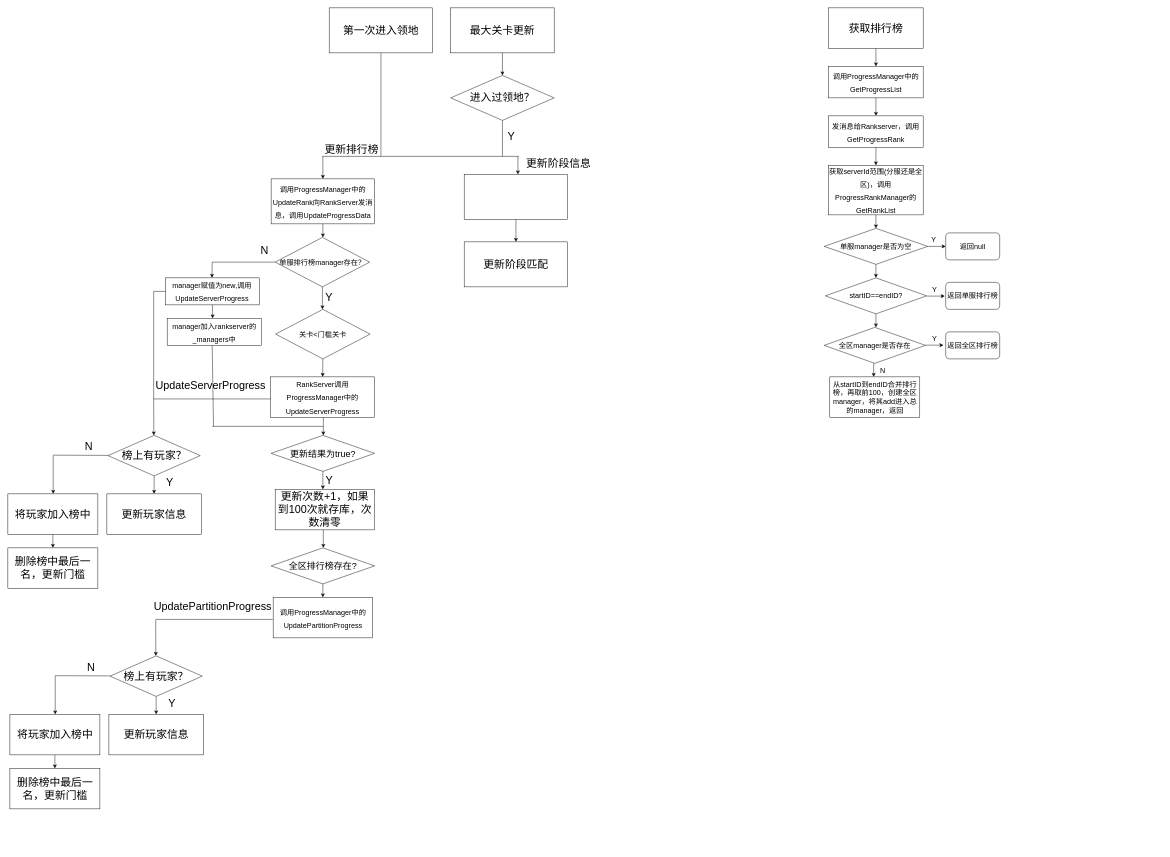
Above: rank消息交互流程.drawio in Eacie/draw (draw.io), before the change. Source tidied: cells renumbered, new cells numbered last; positions are measured from the earlier drawing's top-left corner, leaving out a move shared by most shapes. Both pictures are drawn from the tidied source at 45%, with x=0, y=0 at pixel (8, 8).
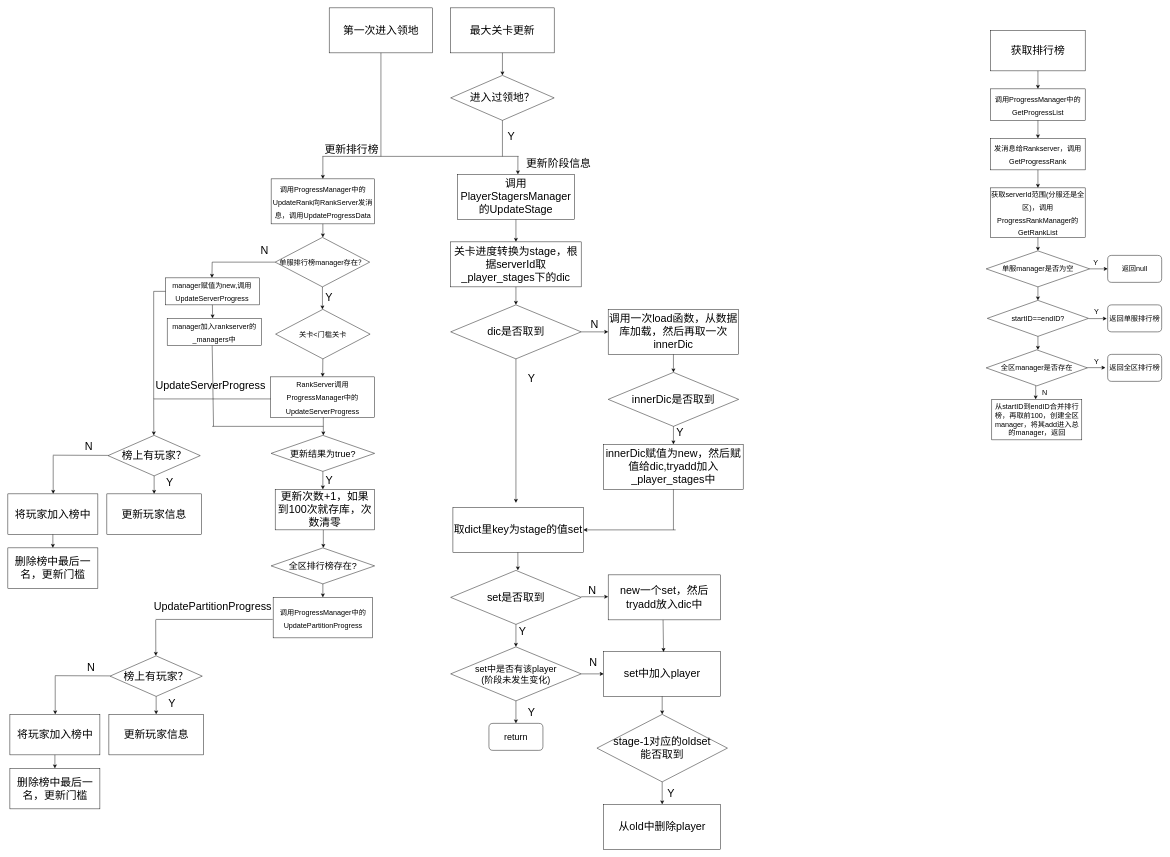
The same diagram, later.

Commit message (it also covers changes not shown here):
更新rank消息交互流程.drawio

Diff of the diagram source:
```diff
@@
-    <mxCell id="11" style="rounded=0;whiteSpace=wrap;html=1;strokeColor=default;fontFamily=Helvetica;fontSize=24;fontColor=default;fillColor=default;" parent="1" vertex="1">
-      <mxGeometry x="1014" y="370" width="230" height="100" as="geometry" />
+    <mxCell id="11" value="调用PlayerStagersManager的UpdateStage" style="rounded=0;whiteSpace=wrap;html=1;strokeColor=default;fontFamily=Helvetica;fontSize=24;fontColor=default;fillColor=default;" parent="1" vertex="1">
+      <mxGeometry x="999" y="370" width="260" height="100" as="geometry" />
     </mxCell>
@@
-    <mxCell id="16" value="更新阶段匹配" style="rounded=0;whiteSpace=wrap;html=1;strokeColor=default;fontFamily=Helvetica;fontSize=24;fontColor=default;fillColor=default;" parent="1" vertex="1">
-      <mxGeometry x="1014" y="520" width="230" height="100" as="geometry" />
+    <mxCell id="16" value="关卡进度转换为stage，根据serverId取_player_stages下的dic" style="rounded=0;whiteSpace=wrap;html=1;strokeColor=default;fontFamily=Helvetica;fontSize=24;fontColor=default;fillColor=default;" parent="1" vertex="1">
+      <mxGeometry x="984" y="520" width="290" height="100" as="geometry" />
     </mxCell>
@@
     <mxCell id="70" value="获取排行榜" style="rounded=0;whiteSpace=wrap;html=1;strokeColor=default;fontFamily=Helvetica;fontSize=24;fontColor=default;fillColor=default;" parent="1" vertex="1">
-      <mxGeometry x="1824" width="210" height="90" as="geometry" />
+      <mxGeometry x="2184" y="50" width="210" height="90" as="geometry" />
     </mxCell>
     <mxCell id="71" style="endArrow=classic;html=1;rounded=0;fontFamily=Helvetica;fontSize=24;fontColor=default;exitX=0.5;exitY=1;exitDx=0;exitDy=0;" parent="1" edge="1" source="70">
       <mxGeometry relative="1" as="geometry">
-        <mxPoint x="1929" y="130" as="targetPoint" />
+        <mxPoint x="2289" y="180" as="targetPoint" />
       </mxGeometry>
     </mxCell>
     <mxCell id="72" value="&lt;font style=&quot;font-size: 16px;&quot;&gt;调用ProgressManager中的GetProgressList&lt;/font&gt;" style="rounded=0;whiteSpace=wrap;html=1;strokeColor=default;fontFamily=Helvetica;fontSize=24;fontColor=default;fillColor=default;" parent="1" vertex="1">
-      <mxGeometry x="1824" y="130" width="210" height="70" as="geometry" />
+      <mxGeometry x="2184" y="180" width="210" height="70" as="geometry" />
     </mxCell>
     <mxCell id="73" style="endArrow=classic;html=1;rounded=0;fontFamily=Helvetica;fontSize=24;fontColor=default;exitX=0.5;exitY=1;exitDx=0;exitDy=0;" parent="1" edge="1">
       <mxGeometry relative="1" as="geometry">
-        <mxPoint x="1929" y="200" as="sourcePoint" />
-        <mxPoint x="1929" y="240" as="targetPoint" />
+        <mxPoint x="2289" y="250" as="sourcePoint" />
+        <mxPoint x="2289" y="290" as="targetPoint" />
       </mxGeometry>
     </mxCell>
     <mxCell id="74" value="&lt;font style=&quot;font-size: 16px;&quot;&gt;发消息给Rankserver，调用GetProgressRank&lt;/font&gt;" style="rounded=0;whiteSpace=wrap;html=1;strokeColor=default;fontFamily=Helvetica;fontSize=24;fontColor=default;fillColor=default;" parent="1" vertex="1">
-      <mxGeometry x="1824" y="240" width="210" height="70" as="geometry" />
+      <mxGeometry x="2184" y="290" width="210" height="70" as="geometry" />
     </mxCell>
     <mxCell id="75" style="endArrow=classic;html=1;rounded=0;fontFamily=Helvetica;fontSize=24;fontColor=default;exitX=0.5;exitY=1;exitDx=0;exitDy=0;" parent="1" edge="1">
       <mxGeometry relative="1" as="geometry">
-        <mxPoint x="1929" y="310" as="sourcePoint" />
-        <mxPoint x="1929" y="350" as="targetPoint" />
+        <mxPoint x="2289" y="360" as="sourcePoint" />
+        <mxPoint x="2289" y="400" as="targetPoint" />
       </mxGeometry>
     </mxCell>
     <mxCell id="76" value="&lt;span style=&quot;font-size: 16px;&quot;&gt;获取serverId范围(分服还是全区)，调用ProgressRankManager的GetRankList&lt;/span&gt;" style="rounded=0;whiteSpace=wrap;html=1;strokeColor=default;fontFamily=Helvetica;fontSize=24;fontColor=default;fillColor=default;" parent="1" vertex="1">
-      <mxGeometry x="1824" y="350" width="210" height="110" as="geometry" />
+      <mxGeometry x="2184" y="400" width="210" height="110" as="geometry" />
     </mxCell>
     <mxCell id="77" style="endArrow=classic;html=1;rounded=0;fontFamily=Helvetica;fontSize=24;fontColor=default;exitX=0.5;exitY=1;exitDx=0;exitDy=0;" parent="1" edge="1" source="76">
       <mxGeometry relative="1" as="geometry">
-        <mxPoint x="1929" y="490" as="targetPoint" />
+        <mxPoint x="2289" y="540" as="targetPoint" />
       </mxGeometry>
     </mxCell>
     <mxCell id="78" value="单服manager是否为空" style="rhombus;whiteSpace=wrap;html=1;rounded=0;strokeColor=default;fontFamily=Helvetica;fontSize=16;fontColor=default;fillColor=default;" parent="1" vertex="1">
-      <mxGeometry x="1814" y="490" width="230" height="80" as="geometry" />
+      <mxGeometry x="2174" y="540" width="230" height="80" as="geometry" />
     </mxCell>
     <mxCell id="79" style="endArrow=classic;html=1;rounded=0;fontFamily=Helvetica;fontSize=16;fontColor=default;" parent="1" edge="1">
       <mxGeometry relative="1" as="geometry">
-        <mxPoint x="2042" y="640.5" as="sourcePoint" />
-        <mxPoint x="2082" y="640.5" as="targetPoint" />
+        <mxPoint x="2402" y="690.5" as="sourcePoint" />
+        <mxPoint x="2442" y="690.5" as="targetPoint" />
       </mxGeometry>
     </mxCell>
     <mxCell id="80" value="返回单服排行榜" style="rounded=1;whiteSpace=wrap;html=1;strokeColor=default;fontFamily=Helvetica;fontSize=16;fontColor=default;fillColor=default;" parent="1" vertex="1">
-      <mxGeometry x="2084" y="610" width="120" height="60" as="geometry" />
+      <mxGeometry x="2444" y="660" width="120" height="60" as="geometry" />
     </mxCell>
     <mxCell id="81" value="Y" style="text;html=1;align=center;verticalAlign=middle;strokeColor=none;fillColor=none;fontSize=16;fontFamily=Helvetica;fontColor=default;" parent="1" vertex="1">
-      <mxGeometry x="2044" y="610" width="30" height="30" as="geometry" />
+      <mxGeometry x="2404" y="660" width="30" height="30" as="geometry" />
     </mxCell>
     <mxCell id="82" style="endArrow=classic;html=1;rounded=0;fontFamily=Helvetica;fontSize=16;fontColor=default;exitX=0.5;exitY=1;exitDx=0;exitDy=0;" parent="1" edge="1" source="78">
       <mxGeometry relative="1" as="geometry">
-        <mxPoint x="1929" y="600" as="targetPoint" />
+        <mxPoint x="2289" y="650" as="targetPoint" />
       </mxGeometry>
     </mxCell>
     <mxCell id="83" value="startID==endID?" style="rhombus;whiteSpace=wrap;html=1;rounded=0;strokeColor=default;fontFamily=Helvetica;fontSize=16;fontColor=default;fillColor=default;" parent="1" vertex="1">
-      <mxGeometry x="1816.5" y="600" width="225" height="80" as="geometry" />
+      <mxGeometry x="2176.5" y="650" width="225" height="80" as="geometry" />
     </mxCell>
     <mxCell id="84" value="Y" style="text;html=1;align=center;verticalAlign=middle;strokeColor=none;fillColor=none;fontSize=16;fontFamily=Helvetica;fontColor=default;" parent="1" vertex="1">
-      <mxGeometry x="2041.5" y="500" width="30" height="30" as="geometry" />
+      <mxGeometry x="2401.5" y="550" width="30" height="30" as="geometry" />
     </mxCell>
     <mxCell id="85" value="返回null" style="rounded=1;whiteSpace=wrap;html=1;strokeColor=default;fontFamily=Helvetica;fontSize=16;fontColor=default;fillColor=default;" parent="1" vertex="1">
-      <mxGeometry x="2084" y="500" width="120" height="60" as="geometry" />
+      <mxGeometry x="2444" y="550" width="120" height="60" as="geometry" />
     </mxCell>
     <mxCell id="86" style="endArrow=classic;html=1;rounded=0;fontFamily=Helvetica;fontSize=16;fontColor=default;exitX=1;exitY=0.5;exitDx=0;exitDy=0;" parent="1" edge="1" source="78">
       <mxGeometry relative="1" as="geometry">
-        <mxPoint x="2084" y="530" as="targetPoint" />
+        <mxPoint x="2444" y="580" as="targetPoint" />
       </mxGeometry>
     </mxCell>
     <mxCell id="87" style="endArrow=classic;html=1;rounded=0;fontFamily=Helvetica;fontSize=16;fontColor=default;exitX=0.5;exitY=1;exitDx=0;exitDy=0;" parent="1" edge="1" source="83">
       <mxGeometry relative="1" as="geometry">
-        <mxPoint x="1929" y="710" as="targetPoint" />
+        <mxPoint x="2289" y="760" as="targetPoint" />
       </mxGeometry>
     </mxCell>
     <mxCell id="88" value="全区manager是否存在" style="rhombus;whiteSpace=wrap;html=1;rounded=0;strokeColor=default;fontFamily=Helvetica;fontSize=16;fontColor=default;fillColor=default;" parent="1" vertex="1">
-      <mxGeometry x="1814" y="710" width="225" height="80" as="geometry" />
+      <mxGeometry x="2174" y="760" width="225" height="80" as="geometry" />
     </mxCell>
     <mxCell id="89" value="Y" style="text;html=1;align=center;verticalAlign=middle;strokeColor=none;fillColor=none;fontSize=16;fontFamily=Helvetica;fontColor=default;" parent="1" vertex="1">
-      <mxGeometry x="2044" y="720" width="30" height="30" as="geometry" />
+      <mxGeometry x="2404" y="770" width="30" height="30" as="geometry" />
     </mxCell>
     <mxCell id="90" style="endArrow=classic;html=1;rounded=0;fontFamily=Helvetica;fontSize=16;fontColor=default;exitX=1;exitY=0.5;exitDx=0;exitDy=0;" parent="1" edge="1">
       <mxGeometry relative="1" as="geometry">
-        <mxPoint x="2039" y="749.5" as="sourcePoint" />
-        <mxPoint x="2079" y="749.5" as="targetPoint" />
+        <mxPoint x="2399" y="799.5" as="sourcePoint" />
+        <mxPoint x="2439" y="799.5" as="targetPoint" />
       </mxGeometry>
     </mxCell>
     <mxCell id="91" value="返回全区排行榜" style="rounded=1;whiteSpace=wrap;html=1;strokeColor=default;fontFamily=Helvetica;fontSize=16;fontColor=default;fillColor=default;" parent="1" vertex="1">
-      <mxGeometry x="2084" y="720" width="120" height="60" as="geometry" />
+      <mxGeometry x="2444" y="770" width="120" height="60" as="geometry" />
     </mxCell>
     <mxCell id="92" style="endArrow=classic;html=1;rounded=0;fontFamily=Helvetica;fontSize=16;fontColor=default;exitX=0.5;exitY=1;exitDx=0;exitDy=0;" parent="1" edge="1">
       <mxGeometry relative="1" as="geometry">
-        <mxPoint x="1924" y="790" as="sourcePoint" />
-        <mxPoint x="1924" y="820" as="targetPoint" />
+        <mxPoint x="2284" y="840" as="sourcePoint" />
+        <mxPoint x="2284" y="870" as="targetPoint" />
       </mxGeometry>
     </mxCell>
     <mxCell id="93" value="N" style="text;html=1;align=center;verticalAlign=middle;strokeColor=none;fillColor=none;fontSize=16;fontFamily=Helvetica;fontColor=default;" parent="1" vertex="1">
-      <mxGeometry x="1924" y="790" width="40" height="30" as="geometry" />
+      <mxGeometry x="2284" y="840" width="40" height="30" as="geometry" />
     </mxCell>
     <mxCell id="94" value="从startID到endID合并排行榜，再取前100，创建全区manager，将其add进入总的manager，返回" style="rounded=0;whiteSpace=wrap;html=1;strokeColor=default;fontFamily=Helvetica;fontSize=16;fontColor=default;fillColor=default;" parent="1" vertex="1">
-      <mxGeometry x="1826.5" y="820" width="200" height="90" as="geometry" />
+      <mxGeometry x="2186.5" y="870" width="200" height="90" as="geometry" />
     </mxCell>
+    <mxCell id="95" style="endArrow=classic;html=1;rounded=0;fontFamily=Helvetica;fontSize=16;fontColor=default;exitX=0.5;exitY=1;exitDx=0;exitDy=0;" parent="1" edge="1" source="16">
+      <mxGeometry relative="1" as="geometry">
+        <mxPoint x="1129" y="660" as="targetPoint" />
+      </mxGeometry>
+    </mxCell>
+    <mxCell id="96" value="&lt;font style=&quot;font-size: 24px;&quot;&gt;dic是否取到&lt;/font&gt;" style="rhombus;whiteSpace=wrap;html=1;rounded=0;strokeColor=default;fontFamily=Helvetica;fontSize=16;fontColor=default;fillColor=default;" parent="1" vertex="1">
+      <mxGeometry x="984" y="660" width="290" height="120" as="geometry" />
+    </mxCell>
+    <mxCell id="97" style="endArrow=classic;html=1;rounded=0;fontFamily=Helvetica;fontSize=16;fontColor=default;exitX=0.5;exitY=1;exitDx=0;exitDy=0;" parent="1" edge="1" source="96">
+      <mxGeometry relative="1" as="geometry">
+        <mxPoint x="1129" y="1100" as="targetPoint" />
+      </mxGeometry>
+    </mxCell>
+    <mxCell id="98" value="Y" style="text;html=1;strokeColor=none;fillColor=none;align=center;verticalAlign=middle;whiteSpace=wrap;rounded=0;fontSize=24;fontFamily=Helvetica;fontColor=default;" parent="1" vertex="1">
+      <mxGeometry x="1134" y="810" width="60" height="30" as="geometry" />
+    </mxCell>
+    <mxCell id="99" value="取dict里key为stage的值set" style="rounded=0;whiteSpace=wrap;html=1;strokeColor=default;fontFamily=Helvetica;fontSize=24;fontColor=default;fillColor=default;" parent="1" vertex="1">
+      <mxGeometry x="989" y="1110" width="290" height="100" as="geometry" />
+    </mxCell>
+    <mxCell id="100" value="&lt;font style=&quot;font-size: 24px;&quot;&gt;set是否取到&lt;/font&gt;" style="rhombus;whiteSpace=wrap;html=1;rounded=0;strokeColor=default;fontFamily=Helvetica;fontSize=16;fontColor=default;fillColor=default;" parent="1" vertex="1">
+      <mxGeometry x="984" y="1250" width="290" height="120" as="geometry" />
+    </mxCell>
+    <mxCell id="101" style="endArrow=classic;html=1;rounded=0;fontFamily=Helvetica;fontSize=16;fontColor=default;exitX=0.5;exitY=1;exitDx=0;exitDy=0;" parent="1" edge="1">
+      <mxGeometry relative="1" as="geometry">
+        <mxPoint x="1133.3" y="1210" as="sourcePoint" />
+        <mxPoint x="1133.3" y="1250" as="targetPoint" />
+      </mxGeometry>
+    </mxCell>
+    <mxCell id="102" style="endArrow=classic;html=1;rounded=0;fontFamily=Helvetica;fontSize=16;fontColor=default;exitX=0.5;exitY=1;exitDx=0;exitDy=0;" parent="1" edge="1" source="100">
+      <mxGeometry relative="1" as="geometry">
+        <mxPoint x="1129" y="1420" as="targetPoint" />
+      </mxGeometry>
+    </mxCell>
+    <mxCell id="103" style="endArrow=classic;html=1;rounded=0;fontFamily=Helvetica;fontSize=16;fontColor=default;" parent="1" edge="1">
+      <mxGeometry relative="1" as="geometry">
+        <mxPoint x="1274" y="1308.6" as="sourcePoint" />
+        <mxPoint x="1334" y="1308.6" as="targetPoint" />
+      </mxGeometry>
+    </mxCell>
+    <mxCell id="104" value="Y" style="text;html=1;strokeColor=none;fillColor=none;align=center;verticalAlign=middle;whiteSpace=wrap;rounded=0;fontSize=24;fontFamily=Helvetica;fontColor=default;" parent="1" vertex="1">
+      <mxGeometry x="1114" y="1370" width="60" height="30" as="geometry" />
+    </mxCell>
+    <mxCell id="105" value="N" style="text;html=1;strokeColor=none;fillColor=none;align=center;verticalAlign=middle;whiteSpace=wrap;rounded=0;fontSize=24;fontFamily=Helvetica;fontColor=default;" parent="1" vertex="1">
+      <mxGeometry x="1269" y="1280" width="60" height="30" as="geometry" />
+    </mxCell>
+    <mxCell id="106" value="N" style="text;html=1;strokeColor=none;fillColor=none;align=center;verticalAlign=middle;whiteSpace=wrap;rounded=0;fontSize=24;fontFamily=Helvetica;fontColor=default;" parent="1" vertex="1">
+      <mxGeometry x="1274" y="690" width="60" height="30" as="geometry" />
+    </mxCell>
+    <mxCell id="107" style="endArrow=classic;html=1;rounded=0;fontFamily=Helvetica;fontSize=16;fontColor=default;" parent="1" edge="1">
+      <mxGeometry relative="1" as="geometry">
+        <mxPoint x="1274" y="720" as="sourcePoint" />
+        <mxPoint x="1334" y="720" as="targetPoint" />
+      </mxGeometry>
+    </mxCell>
+    <mxCell id="108" value="调用一次load函数，从数据库加载，然后再取一次innerDic" style="rounded=0;whiteSpace=wrap;html=1;strokeColor=default;fontFamily=Helvetica;fontSize=24;fontColor=default;fillColor=default;" parent="1" vertex="1">
+      <mxGeometry x="1334" y="670" width="290" height="100" as="geometry" />
+    </mxCell>
+    <mxCell id="109" style="endArrow=classic;html=1;rounded=0;fontFamily=Helvetica;fontSize=16;fontColor=default;exitX=0.5;exitY=1;exitDx=0;exitDy=0;" parent="1" edge="1" source="108">
+      <mxGeometry relative="1" as="geometry">
+        <mxPoint x="1479" y="810" as="targetPoint" />
+      </mxGeometry>
+    </mxCell>
+    <mxCell id="110" value="&lt;font style=&quot;font-size: 24px;&quot;&gt;innerDic是否取到&lt;/font&gt;" style="rhombus;whiteSpace=wrap;html=1;rounded=0;strokeColor=default;fontFamily=Helvetica;fontSize=16;fontColor=default;fillColor=default;" parent="1" vertex="1">
+      <mxGeometry x="1334" y="810" width="290" height="120" as="geometry" />
+    </mxCell>
+    <mxCell id="111" style="endArrow=classic;html=1;rounded=0;fontFamily=Helvetica;fontSize=16;fontColor=default;exitX=0.5;exitY=1;exitDx=0;exitDy=0;" parent="1" edge="1" source="110">
+      <mxGeometry relative="1" as="geometry">
+        <mxPoint x="1479" y="970" as="targetPoint" />
+      </mxGeometry>
+    </mxCell>
+    <mxCell id="112" value="Y" style="text;html=1;strokeColor=none;fillColor=none;align=center;verticalAlign=middle;whiteSpace=wrap;rounded=0;fontSize=24;fontFamily=Helvetica;fontColor=default;" parent="1" vertex="1">
+      <mxGeometry x="1464" y="930" width="60" height="30" as="geometry" />
+    </mxCell>
+    <mxCell id="113" value="innerDic赋值为new，然后赋值给dic,tryadd加入_player_stages中" style="rounded=0;whiteSpace=wrap;html=1;strokeColor=default;fontFamily=Helvetica;fontSize=24;fontColor=default;fillColor=default;" parent="1" vertex="1">
+      <mxGeometry x="1324" y="970" width="310" height="100" as="geometry" />
+    </mxCell>
+    <mxCell id="114" style="endArrow=classic;html=1;rounded=0;fontFamily=Helvetica;fontSize=16;fontColor=default;entryX=1;entryY=0.5;entryDx=0;entryDy=0;" parent="1" edge="1" target="99">
+      <mxGeometry relative="1" as="geometry">
+        <mxPoint x="1484" y="1160" as="sourcePoint" />
+      </mxGeometry>
+    </mxCell>
+    <mxCell id="115" style="endArrow=none;html=1;rounded=0;fontFamily=Helvetica;fontSize=16;fontColor=default;entryX=0.5;entryY=1;entryDx=0;entryDy=0;" parent="1" edge="1" target="113">
+      <mxGeometry relative="1" as="geometry">
+        <mxPoint x="1479" y="1160" as="sourcePoint" />
+      </mxGeometry>
+    </mxCell>
+    <mxCell id="116" value="&lt;font style=&quot;font-size: 24px;&quot;&gt;new一个set，然后tryadd放入dic中&lt;/font&gt;" style="rounded=0;whiteSpace=wrap;html=1;strokeColor=default;fontFamily=Helvetica;fontSize=16;fontColor=default;fillColor=default;" parent="1" vertex="1">
+      <mxGeometry x="1334" y="1260" width="250" height="100" as="geometry" />
+    </mxCell>
+    <mxCell id="117" value="&lt;font style=&quot;font-size: 20px;&quot;&gt;set中是否有该player&lt;br&gt;(阶段未发生变化)&lt;/font&gt;" style="rhombus;whiteSpace=wrap;html=1;rounded=0;strokeColor=default;fontFamily=Helvetica;fontSize=16;fontColor=default;fillColor=default;" parent="1" vertex="1">
+      <mxGeometry x="984" y="1420" width="290" height="120" as="geometry" />
+    </mxCell>
+    <mxCell id="118" style="endArrow=classic;html=1;rounded=0;fontFamily=Helvetica;fontSize=16;fontColor=default;exitX=0.5;exitY=1;exitDx=0;exitDy=0;" parent="1" edge="1" source="117">
+      <mxGeometry relative="1" as="geometry">
+        <mxPoint x="1129" y="1590" as="targetPoint" />
+      </mxGeometry>
+    </mxCell>
+    <mxCell id="119" value="Y" style="text;html=1;strokeColor=none;fillColor=none;align=center;verticalAlign=middle;whiteSpace=wrap;rounded=0;fontSize=24;fontFamily=Helvetica;fontColor=default;" parent="1" vertex="1">
+      <mxGeometry x="1134" y="1550" width="60" height="30" as="geometry" />
+    </mxCell>
+    <mxCell id="120" value="&lt;font style=&quot;font-size: 20px;&quot;&gt;return&lt;/font&gt;" style="rounded=1;whiteSpace=wrap;html=1;strokeColor=default;fontFamily=Helvetica;fontSize=16;fontColor=default;fillColor=default;" parent="1" vertex="1">
+      <mxGeometry x="1069" y="1590" width="120" height="60" as="geometry" />
+    </mxCell>
+    <mxCell id="121" value="N" style="text;html=1;strokeColor=none;fillColor=none;align=center;verticalAlign=middle;whiteSpace=wrap;rounded=0;fontSize=24;fontFamily=Helvetica;fontColor=default;" parent="1" vertex="1">
+      <mxGeometry x="1271" y="1440" width="60" height="30" as="geometry" />
+    </mxCell>
+    <mxCell id="122" style="endArrow=classic;html=1;rounded=0;fontFamily=Helvetica;fontSize=16;fontColor=default;exitX=1;exitY=0.5;exitDx=0;exitDy=0;" parent="1" edge="1" source="117">
+      <mxGeometry relative="1" as="geometry">
+        <mxPoint x="1324" y="1480" as="targetPoint" />
+      </mxGeometry>
+    </mxCell>
+    <mxCell id="123" value="&lt;font style=&quot;font-size: 24px;&quot;&gt;set中加入player&lt;/font&gt;" style="rounded=0;whiteSpace=wrap;html=1;strokeColor=default;fontFamily=Helvetica;fontSize=16;fontColor=default;fillColor=default;" parent="1" vertex="1">
+      <mxGeometry x="1324" y="1430" width="260" height="100" as="geometry" />
+    </mxCell>
+    <mxCell id="124" style="endArrow=classic;html=1;rounded=0;fontFamily=Helvetica;fontSize=16;fontColor=default;exitX=0.5;exitY=1;exitDx=0;exitDy=0;entryX=0.544;entryY=0.013;entryDx=0;entryDy=0;entryPerimeter=0;" parent="1" edge="1">
+      <mxGeometry relative="1" as="geometry">
+        <mxPoint x="1456" y="1360" as="sourcePoint" />
+        <mxPoint x="1457" y="1431.3" as="targetPoint" />
+      </mxGeometry>
+    </mxCell>
+    <mxCell id="125" style="endArrow=classic;html=1;rounded=0;fontFamily=Helvetica;fontSize=16;fontColor=default;exitX=0.5;exitY=1;exitDx=0;exitDy=0;" parent="1" edge="1" source="123">
+      <mxGeometry relative="1" as="geometry">
+        <mxPoint x="1454" y="1570" as="targetPoint" />
+      </mxGeometry>
+    </mxCell>
+    <mxCell id="126" value="&lt;font style=&quot;font-size: 24px;&quot;&gt;stage-1对应的oldset&lt;br&gt;能否取到&lt;/font&gt;" style="rhombus;whiteSpace=wrap;html=1;rounded=0;strokeColor=default;fontFamily=Helvetica;fontSize=16;fontColor=default;fillColor=default;" parent="1" vertex="1">
+      <mxGeometry x="1309" y="1570" width="290" height="150" as="geometry" />
+    </mxCell>
+    <mxCell id="127" style="endArrow=classic;html=1;rounded=0;fontFamily=Helvetica;fontSize=16;fontColor=default;exitX=0.5;exitY=1;exitDx=0;exitDy=0;" parent="1" edge="1" source="126">
+      <mxGeometry relative="1" as="geometry">
+        <mxPoint x="1454" y="1770" as="targetPoint" />
+      </mxGeometry>
+    </mxCell>
+    <mxCell id="128" value="Y" style="text;html=1;strokeColor=none;fillColor=none;align=center;verticalAlign=middle;whiteSpace=wrap;rounded=0;fontSize=24;fontFamily=Helvetica;fontColor=default;" parent="1" vertex="1">
+      <mxGeometry x="1444" y="1730" width="60" height="30" as="geometry" />
+    </mxCell>
+    <mxCell id="129" value="&lt;span style=&quot;font-size: 24px;&quot;&gt;从old中删除player&lt;/span&gt;" style="rounded=0;whiteSpace=wrap;html=1;strokeColor=default;fontFamily=Helvetica;fontSize=16;fontColor=default;fillColor=default;" parent="1" vertex="1">
+      <mxGeometry x="1324" y="1770" width="260" height="100" as="geometry" />
+    </mxCell>
```
